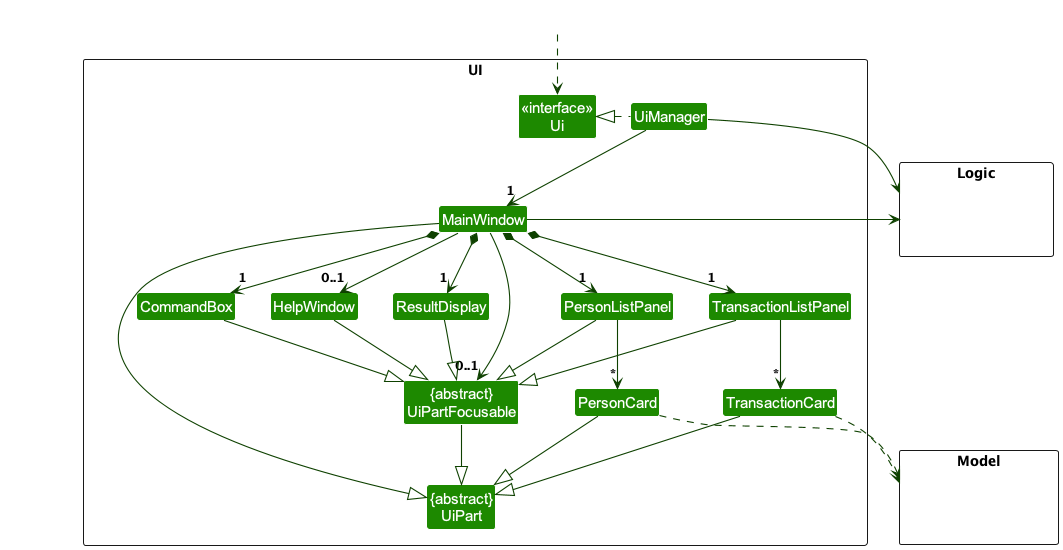
Above: docs/images/UiClassDiagram.png in jeffrey-jian/tp (PlantUML), before the change. The source it was exported from:
```plantuml
@startuml
!include style.puml
skinparam arrowThickness 1.1
skinparam arrowColor UI_COLOR_T4
skinparam classBackgroundColor UI_COLOR

package UI <<Rectangle>>{
Class "<<interface>>\nUi" as Ui
Class "{abstract}\nUiPart" as UiPart
Class "{abstract}\nUiPartFocusable" as UiPartFocusable
Class UiManager
Class MainWindow
Class HelpWindow
Class ResultDisplay
Class PersonListPanel
Class PersonCard
Class TransactionListPanel
Class TransactionCard
Class CommandBox
}

package Model <<Rectangle>> {
Class HiddenModel #FFFFFF
}

package Logic <<Rectangle>> {
Class HiddenLogic #FFFFFF
}

Class HiddenOutside #FFFFFF
HiddenOutside ..> Ui

UiManager .left.|> Ui
UiManager -down-> "1" MainWindow
MainWindow *-down->  "1" CommandBox
MainWindow *-down-> "1" ResultDisplay
MainWindow *-down-> "1" PersonListPanel
MainWindow *-down-> "1" TransactionListPanel
MainWindow --> "0..1" HelpWindow
MainWindow --> "0..1" UiPartFocusable

PersonListPanel -down-> "*" PersonCard
TransactionListPanel -down-> "*" TransactionCard

MainWindow -left-|> UiPart

ResultDisplay --|> UiPartFocusable
CommandBox --|> UiPartFocusable
PersonListPanel --|> UiPartFocusable
PersonCard --|> UiPart
TransactionListPanel --|> UiPartFocusable
TransactionCard --|> UiPart
HelpWindow --|> UiPartFocusable

UiPartFocusable --|> UiPart

PersonCard ..> Model
TransactionCard ..> Model
UiManager -right-> Logic
MainWindow -left-> Logic

PersonListPanel -[hidden]left- HelpWindow
TransactionListPanel -[hidden]left- HelpWindow
HelpWindow -[hidden]left- CommandBox
CommandBox -[hidden]left- ResultDisplay

MainWindow -[hidden]-|> UiPart
@enduml
```
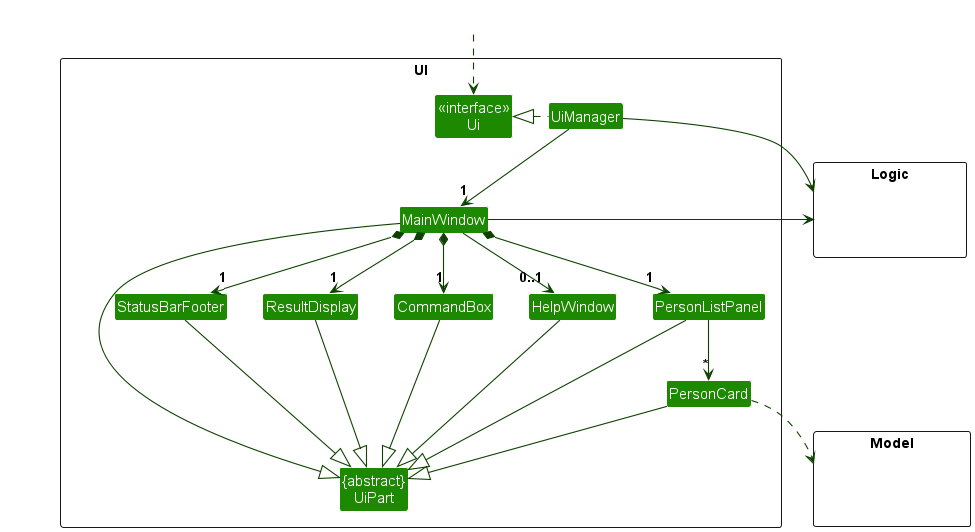
After the commit.

What changed in the source:
```diff
@@ -7,15 +7,13 @@
 package UI <<Rectangle>>{
 Class "<<interface>>\nUi" as Ui
 Class "{abstract}\nUiPart" as UiPart
-Class "{abstract}\nUiPartFocusable" as UiPartFocusable
 Class UiManager
 Class MainWindow
 Class HelpWindow
 Class ResultDisplay
 Class PersonListPanel
 Class PersonCard
-Class TransactionListPanel
-Class TransactionCard
+Class StatusBarFooter
 Class CommandBox
 }
 
@@ -35,34 +33,28 @@
 MainWindow *-down->  "1" CommandBox
 MainWindow *-down-> "1" ResultDisplay
 MainWindow *-down-> "1" PersonListPanel
-MainWindow *-down-> "1" TransactionListPanel
+MainWindow *-down-> "1" StatusBarFooter
 MainWindow --> "0..1" HelpWindow
-MainWindow --> "0..1" UiPartFocusable
 
 PersonListPanel -down-> "*" PersonCard
-TransactionListPanel -down-> "*" TransactionCard
 
 MainWindow -left-|> UiPart
 
-ResultDisplay --|> UiPartFocusable
-CommandBox --|> UiPartFocusable
-PersonListPanel --|> UiPartFocusable
+ResultDisplay --|> UiPart
+CommandBox --|> UiPart
+PersonListPanel --|> UiPart
 PersonCard --|> UiPart
-TransactionListPanel --|> UiPartFocusable
-TransactionCard --|> UiPart
-HelpWindow --|> UiPartFocusable
-
-UiPartFocusable --|> UiPart
+StatusBarFooter --|> UiPart
+HelpWindow --|> UiPart
 
 PersonCard ..> Model
-TransactionCard ..> Model
 UiManager -right-> Logic
 MainWindow -left-> Logic
 
 PersonListPanel -[hidden]left- HelpWindow
-TransactionListPanel -[hidden]left- HelpWindow
 HelpWindow -[hidden]left- CommandBox
 CommandBox -[hidden]left- ResultDisplay
+ResultDisplay -[hidden]left- StatusBarFooter
 
 MainWindow -[hidden]-|> UiPart
 @enduml
```
